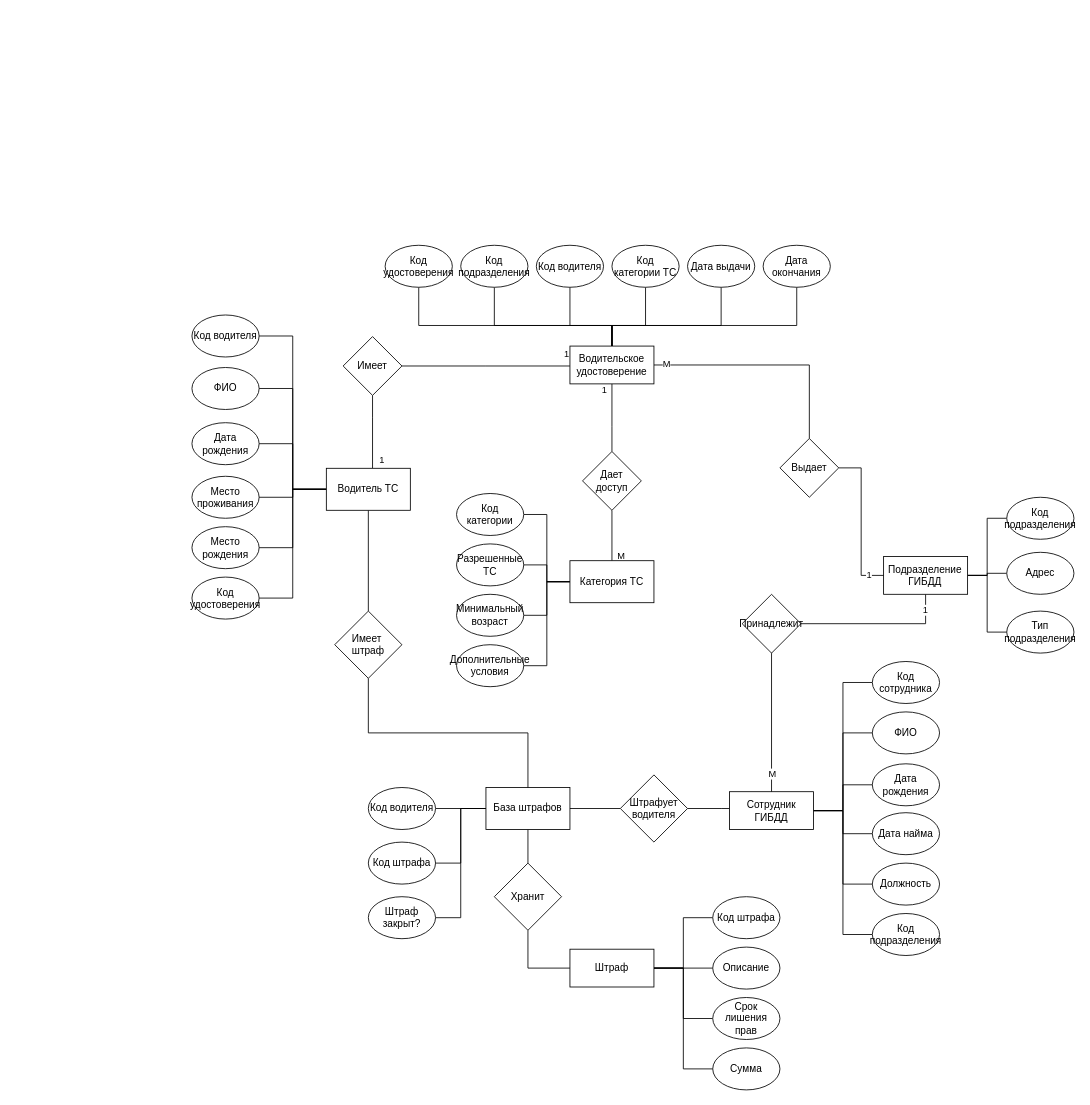
This is RelateModel.drawio from duahifnv/TrafficInspectionApp, a draw.io file, before an edit. Source tidied: cells renumbered, new cells numbered last; positions are measured from the earlier drawing's top-left corner, leaving out a move shared by most shapes. Both pictures are drawn from the tidied source at 84%, with x=0, y=0 at pixel (192, 244).
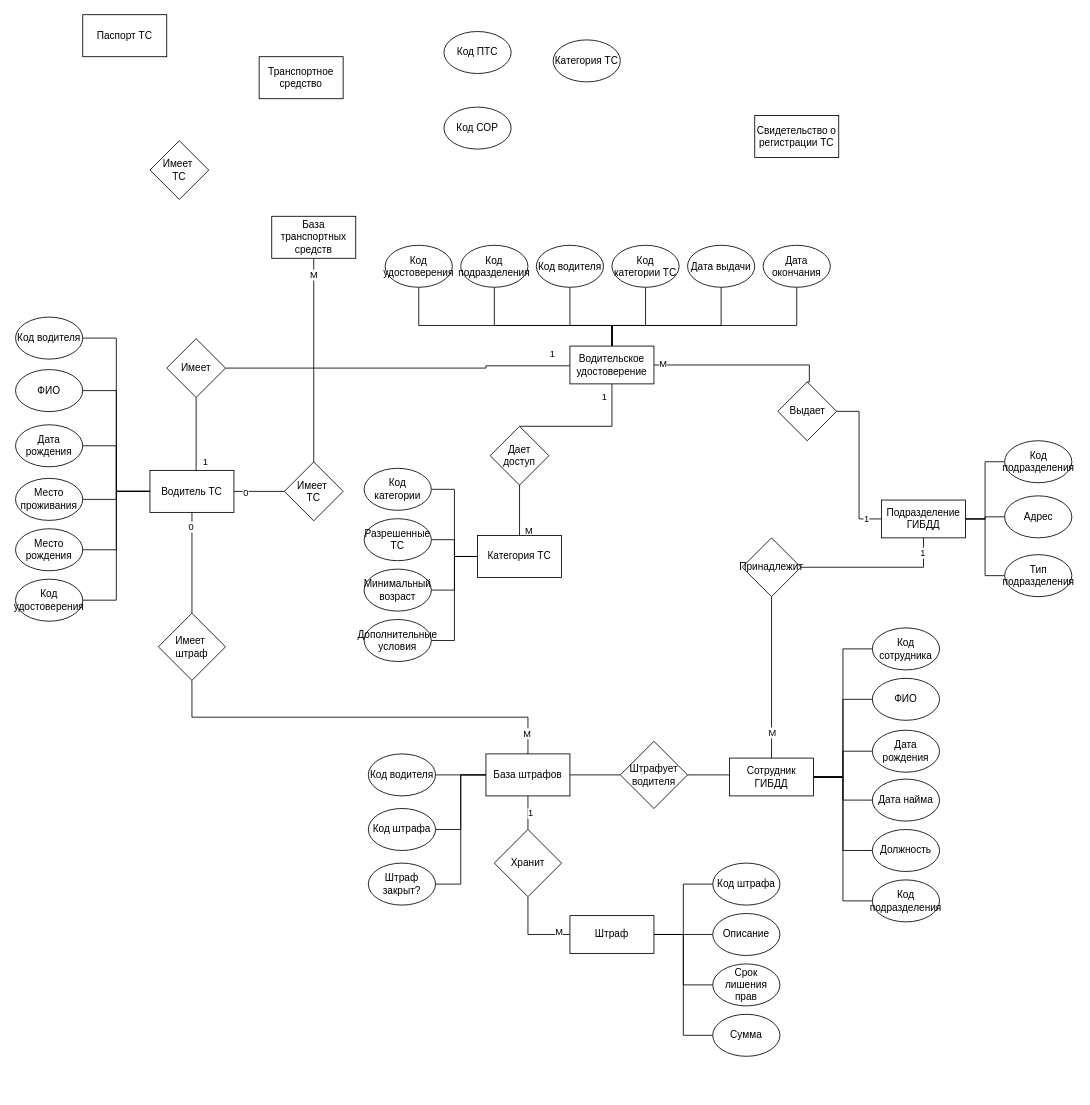
The same diagram, later.

Unchanged cells that the change refers to:
```xml
<mxCell id="29" style="edgeStyle=orthogonalEdgeStyle;rounded=0;jettySize=auto;html=1;endArrow=none;endFill=0;" parent="1" edge="1" source="30" target="97">
  <mxGeometry relative="1" as="geometry" />
</mxCell>
<mxCell id="82" style="edgeStyle=orthogonalEdgeStyle;rounded=0;jettySize=auto;html=1;entryX=0.5;entryY=0;entryDx=0;entryDy=0;endArrow=none;endFill=0;" parent="1" edge="1" source="83" target="101">
  <mxGeometry relative="1" as="geometry" />
</mxCell>
<mxCell id="90" style="edgeStyle=orthogonalEdgeStyle;rounded=0;jettySize=auto;html=1;entryX=0.5;entryY=1;entryDx=0;entryDy=0;endArrow=none;endFill=0;" parent="1" edge="1" source="91" target="101">
  <mxGeometry relative="1" as="geometry" />
</mxCell>
<mxCell id="96" style="edgeStyle=orthogonalEdgeStyle;rounded=0;jettySize=auto;html=1;exitX=0.5;exitY=1;exitDx=0;exitDy=0;entryX=0.5;entryY=0;entryDx=0;entryDy=0;endArrow=none;endFill=0;" parent="1" edge="1" source="97" target="83">
  <mxGeometry relative="1" as="geometry" />
</mxCell>
```

What changed in the source:
```diff
@@
     <mxCell id="15" value="ФИО" style="ellipse;whiteSpace=wrap;html=1;" parent="1" vertex="1">
-      <mxGeometry y="146" width="80" height="50" as="geometry" />
+      <mxGeometry x="-210" y="148.5" width="80" height="50" as="geometry" />
     </mxCell>
     <mxCell id="16" value="Дата рождения" style="ellipse;whiteSpace=wrap;html=1;" parent="1" vertex="1">
-      <mxGeometry y="211.7" width="80" height="50" as="geometry" />
+      <mxGeometry x="-210" y="214.2" width="80" height="50" as="geometry" />
     </mxCell>
@@
     <mxCell id="18" value="Место проживания" style="ellipse;whiteSpace=wrap;html=1;" parent="1" vertex="1">
-      <mxGeometry y="275.5" width="80" height="50" as="geometry" />
+      <mxGeometry x="-210" y="278" width="80" height="50" as="geometry" />
     </mxCell>
     <mxCell id="19" value="Место рождения" style="ellipse;whiteSpace=wrap;html=1;" parent="1" vertex="1">
-      <mxGeometry y="335.5" width="80" height="50" as="geometry" />
+      <mxGeometry x="-210" y="338" width="80" height="50" as="geometry" />
     </mxCell>
@@
     <mxCell id="21" style="edgeStyle=orthogonalEdgeStyle;rounded=0;jettySize=auto;html=1;entryX=0.5;entryY=1;entryDx=0;entryDy=0;endArrow=none;endFill=0;" parent="1" edge="1" source="30" target="32">
       <mxGeometry relative="1" as="geometry">
         <Array as="points">
-          <mxPoint x="215" y="206" />
-          <mxPoint x="215" y="206" />
+          <mxPoint x="5" y="208.5" />
+          <mxPoint x="5" y="208.5" />
         </Array>
       </mxGeometry>
     </mxCell>
@@
+    <mxCell id="102" value="0" style="edgeLabel;html=1;align=center;verticalAlign=middle;" parent="29" vertex="1">
+      <mxGeometry x="-0.71" y="-2" relative="1" as="geometry" />
+    </mxCell>
+    <mxCell id="103" style="edgeStyle=orthogonalEdgeStyle;rounded=0;jettySize=auto;html=1;entryX=0;entryY=0.5;entryDx=0;entryDy=0;endArrow=none;endFill=0;" parent="1" edge="1" source="30" target="116">
+      <mxGeometry relative="1" as="geometry" />
+    </mxCell>
+    <mxCell id="104" value="0" style="edgeLabel;html=1;align=center;verticalAlign=middle;" parent="103" vertex="1">
+      <mxGeometry x="-0.58" y="-1" relative="1" as="geometry" />
+    </mxCell>
     <mxCell id="30" value="Водитель ТС" style="rounded=0;whiteSpace=wrap;html=1;" parent="1" vertex="1">
-      <mxGeometry x="160" y="266" width="100" height="50" as="geometry" />
+      <mxGeometry x="-50" y="268.5" width="100" height="50" as="geometry" />
     </mxCell>
     <mxCell id="31" value="Код водителя" style="ellipse;whiteSpace=wrap;html=1;" parent="1" vertex="1">
-      <mxGeometry y="83.5" width="80" height="50" as="geometry" />
+      <mxGeometry x="-210" y="86" width="80" height="50" as="geometry" />
     </mxCell>
     <mxCell id="32" value="Имеет" style="rhombus;whiteSpace=wrap;html=1;" parent="1" vertex="1">
-      <mxGeometry x="180" y="109.2" width="70" height="70" as="geometry" />
+      <mxGeometry x="-30" y="111.7" width="70" height="70" as="geometry" />
     </mxCell>
@@
     <mxCell id="38" value="Дает&lt;div&gt;доступ&lt;/div&gt;" style="rhombus;whiteSpace=wrap;html=1;" parent="1" vertex="1">
-      <mxGeometry x="465" y="246" width="70" height="70" as="geometry" />
+      <mxGeometry x="355" y="216" width="70" height="70" as="geometry" />
     </mxCell>
@@
     <mxCell id="43" value="Категория ТС" style="rounded=0;whiteSpace=wrap;html=1;" parent="1" vertex="1">
-      <mxGeometry x="450" y="376" width="100" height="50" as="geometry" />
+      <mxGeometry x="340" y="346" width="100" height="50" as="geometry" />
     </mxCell>
     <mxCell id="44" value="Код категории" style="ellipse;whiteSpace=wrap;html=1;" parent="1" vertex="1">
-      <mxGeometry x="315" y="296" width="80" height="50" as="geometry" />
+      <mxGeometry x="205" y="266" width="80" height="50" as="geometry" />
     </mxCell>
     <mxCell id="45" value="Разрешенные ТС" style="ellipse;whiteSpace=wrap;html=1;" parent="1" vertex="1">
-      <mxGeometry x="315" y="356" width="80" height="50" as="geometry" />
+      <mxGeometry x="205" y="326" width="80" height="50" as="geometry" />
     </mxCell>
     <mxCell id="46" value="Минимальный возраст" style="ellipse;whiteSpace=wrap;html=1;" parent="1" vertex="1">
-      <mxGeometry x="315" y="416" width="80" height="50" as="geometry" />
+      <mxGeometry x="205" y="386" width="80" height="50" as="geometry" />
     </mxCell>
     <mxCell id="47" value="Дополнительные условия" style="ellipse;whiteSpace=wrap;html=1;" parent="1" vertex="1">
-      <mxGeometry x="315" y="476" width="80" height="50" as="geometry" />
+      <mxGeometry x="205" y="446" width="80" height="50" as="geometry" />
     </mxCell>
     <mxCell id="48" style="edgeStyle=orthogonalEdgeStyle;rounded=0;jettySize=auto;html=1;entryX=1;entryY=0.5;entryDx=0;entryDy=0;endArrow=none;endFill=0;" parent="1" edge="1" source="53" target="70">
       <mxGeometry relative="1" as="geometry">
         <Array as="points">
-          <mxPoint x="873" y="451" />
+          <mxPoint x="870.5" y="383.8" />
         </Array>
       </mxGeometry>
     </mxCell>
@@
     <mxCell id="53" value="Подразделение ГИБДД" style="rounded=0;whiteSpace=wrap;html=1;" parent="1" vertex="1">
-      <mxGeometry x="823.4" y="371" width="100" height="45" as="geometry" />
+      <mxGeometry x="820.9" y="303.8" width="100" height="45" as="geometry" />
     </mxCell>
@@
     <mxCell id="56" value="Выдает" style="rhombus;whiteSpace=wrap;html=1;" parent="1" vertex="1">
-      <mxGeometry x="700" y="230.5" width="70" height="70" as="geometry" />
+      <mxGeometry x="697.5" y="163.2" width="70" height="70" as="geometry" />
     </mxCell>
     <mxCell id="57" value="Код подразделения" style="ellipse;whiteSpace=wrap;html=1;" parent="1" vertex="1">
-      <mxGeometry x="970" y="300.5" width="80" height="50" as="geometry" />
+      <mxGeometry x="967.5" y="233.2" width="80" height="50" as="geometry" />
     </mxCell>
     <mxCell id="58" value="Адрес" style="ellipse;whiteSpace=wrap;html=1;" parent="1" vertex="1">
-      <mxGeometry x="970" y="366" width="80" height="50" as="geometry" />
+      <mxGeometry x="967.5" y="298.8" width="80" height="50" as="geometry" />
     </mxCell>
     <mxCell id="59" value="Тип подразделения" style="ellipse;whiteSpace=wrap;html=1;" parent="1" vertex="1">
-      <mxGeometry x="970" y="436" width="80" height="50" as="geometry" />
+      <mxGeometry x="967.5" y="368.8" width="80" height="50" as="geometry" />
     </mxCell>
@@
     <mxCell id="66" style="edgeStyle=orthogonalEdgeStyle;rounded=0;jettySize=auto;html=1;entryX=1;entryY=0.5;entryDx=0;entryDy=0;endArrow=none;endFill=0;" parent="1" edge="1" source="67" target="99">
       <mxGeometry relative="1" as="geometry">
         <Array as="points">
-          <mxPoint x="630" y="671" />
-          <mxPoint x="630" y="671" />
+          <mxPoint x="630" y="631" />
+          <mxPoint x="630" y="631" />
         </Array>
       </mxGeometry>
     </mxCell>
     <mxCell id="67" value="Сотрудник ГИБДД" style="rounded=0;whiteSpace=wrap;html=1;" parent="1" vertex="1">
-      <mxGeometry x="640" y="651" width="100" height="45" as="geometry" />
+      <mxGeometry x="640" y="611" width="100" height="45" as="geometry" />
     </mxCell>
-    <mxCell id="68" style="edgeStyle=orthogonalEdgeStyle;rounded=0;jettySize=auto;html=1;entryX=0.5;entryY=0;entryDx=0;entryDy=0;endArrow=none;endFill=0;" parent="1" edge="1" source="70" target="67">
+    <mxCell id="68" style="edgeStyle=orthogonalEdgeStyle;rounded=0;jettySize=auto;html=1;entryX=0.5;entryY=0;entryDx=0;entryDy=0;endArrow=none;endFill=0;exitX=0.5;exitY=1;exitDx=0;exitDy=0;" parent="1" edge="1" source="70" target="67">
       <mxGeometry relative="1" as="geometry" />
     </mxCell>
@@
     <mxCell id="70" value="Принадлежит" style="rhombus;whiteSpace=wrap;html=1;" parent="1" vertex="1">
-      <mxGeometry x="655" y="416" width="70" height="70" as="geometry" />
+      <mxGeometry x="655" y="348.8" width="70" height="70" as="geometry" />
     </mxCell>
     <mxCell id="71" value="ФИО" style="ellipse;whiteSpace=wrap;html=1;" parent="1" vertex="1">
-      <mxGeometry x="810" y="556" width="80" height="50" as="geometry" />
+      <mxGeometry x="810" y="516" width="80" height="50" as="geometry" />
     </mxCell>
     <mxCell id="72" value="Должность" style="ellipse;whiteSpace=wrap;html=1;" parent="1" vertex="1">
-      <mxGeometry x="810" y="736" width="80" height="50" as="geometry" />
+      <mxGeometry x="810" y="696" width="80" height="50" as="geometry" />
     </mxCell>
     <mxCell id="73" value="Дата найма" style="ellipse;whiteSpace=wrap;html=1;" parent="1" vertex="1">
-      <mxGeometry x="810" y="676" width="80" height="50" as="geometry" />
+      <mxGeometry x="810" y="636" width="80" height="50" as="geometry" />
     </mxCell>
     <mxCell id="74" value="Код подразделения" style="ellipse;whiteSpace=wrap;html=1;" parent="1" vertex="1">
-      <mxGeometry x="810" y="796" width="80" height="50" as="geometry" />
+      <mxGeometry x="810" y="756" width="80" height="50" as="geometry" />
     </mxCell>
     <mxCell id="75" value="Дата рождения" style="ellipse;whiteSpace=wrap;html=1;" parent="1" vertex="1">
-      <mxGeometry x="810" y="617.8" width="80" height="50" as="geometry" />
+      <mxGeometry x="810" y="577.8" width="80" height="50" as="geometry" />
     </mxCell>
@@
     <mxCell id="77" value="Код удостоверения" style="ellipse;whiteSpace=wrap;html=1;" parent="1" vertex="1">
-      <mxGeometry y="395.5" width="80" height="50" as="geometry" />
+      <mxGeometry x="-210" y="398" width="80" height="50" as="geometry" />
     </mxCell>
     <mxCell id="78" value="Код сотрудника" style="ellipse;whiteSpace=wrap;html=1;" parent="1" vertex="1">
-      <mxGeometry x="810" y="496" width="80" height="50" as="geometry" />
+      <mxGeometry x="810" y="456" width="80" height="50" as="geometry" />
     </mxCell>
@@
+    <mxCell id="105" value="1" style="edgeLabel;html=1;align=center;verticalAlign=middle;" parent="82" vertex="1">
+      <mxGeometry x="-0.01" y="2" relative="1" as="geometry" />
+    </mxCell>
     <mxCell id="83" value="База штрафов" style="rounded=0;whiteSpace=wrap;html=1;" parent="1" vertex="1">
-      <mxGeometry x="350" y="646" width="100" height="50" as="geometry" />
+      <mxGeometry x="350" y="606" width="100" height="50" as="geometry" />
     </mxCell>
     <mxCell id="84" value="Код водителя" style="ellipse;whiteSpace=wrap;html=1;" parent="1" vertex="1">
-      <mxGeometry x="210" y="646" width="80" height="50" as="geometry" />
+      <mxGeometry x="210" y="606" width="80" height="50" as="geometry" />
     </mxCell>
     <mxCell id="85" value="Код штрафа" style="ellipse;whiteSpace=wrap;html=1;" parent="1" vertex="1">
-      <mxGeometry x="210" y="711" width="80" height="50" as="geometry" />
+      <mxGeometry x="210" y="671" width="80" height="50" as="geometry" />
     </mxCell>
@@
+    <mxCell id="106" value="M" style="edgeLabel;html=1;align=center;verticalAlign=middle;" parent="90" vertex="1">
+      <mxGeometry x="-0.7" y="-4" relative="1" as="geometry" />
+    </mxCell>
     <mxCell id="91" value="Штраф" style="rounded=0;whiteSpace=wrap;html=1;" parent="1" vertex="1">
-      <mxGeometry x="450" y="838.5" width="100" height="45" as="geometry" />
+      <mxGeometry x="450" y="798.5" width="100" height="45" as="geometry" />
     </mxCell>
     <mxCell id="92" value="Код штрафа" style="ellipse;whiteSpace=wrap;html=1;" parent="1" vertex="1">
-      <mxGeometry x="620" y="776" width="80" height="50" as="geometry" />
+      <mxGeometry x="620" y="736" width="80" height="50" as="geometry" />
     </mxCell>
     <mxCell id="93" value="Сумма" style="ellipse;whiteSpace=wrap;html=1;" parent="1" vertex="1">
-      <mxGeometry x="620" y="956" width="80" height="50" as="geometry" />
+      <mxGeometry x="620" y="916" width="80" height="50" as="geometry" />
     </mxCell>
     <mxCell id="94" value="Срок лишения прав" style="ellipse;whiteSpace=wrap;html=1;" parent="1" vertex="1">
-      <mxGeometry x="620" y="896" width="80" height="50" as="geometry" />
+      <mxGeometry x="620" y="856" width="80" height="50" as="geometry" />
     </mxCell>
     <mxCell id="95" value="Описание" style="ellipse;whiteSpace=wrap;html=1;" parent="1" vertex="1">
-      <mxGeometry x="620" y="836" width="80" height="50" as="geometry" />
+      <mxGeometry x="620" y="796" width="80" height="50" as="geometry" />
     </mxCell>
@@
+    <mxCell id="107" value="M" style="edgeLabel;html=1;align=center;verticalAlign=middle;" parent="96" vertex="1">
+      <mxGeometry x="0.9" y="-2" relative="1" as="geometry" />
+    </mxCell>
     <mxCell id="97" value="Имеет&amp;nbsp;&lt;div&gt;штраф&lt;/div&gt;" style="rhombus;whiteSpace=wrap;html=1;" parent="1" vertex="1">
-      <mxGeometry x="170" y="436" width="80" height="80" as="geometry" />
+      <mxGeometry x="-40" y="438.5" width="80" height="80" as="geometry" />
     </mxCell>
@@
     <mxCell id="99" value="Штрафует водителя" style="rhombus;whiteSpace=wrap;html=1;" parent="1" vertex="1">
-      <mxGeometry x="510" y="631" width="80" height="80" as="geometry" />
+      <mxGeometry x="510" y="591" width="80" height="80" as="geometry" />
     </mxCell>
     <mxCell id="100" value="Штраф закрыт?" style="ellipse;whiteSpace=wrap;html=1;" parent="1" vertex="1">
-      <mxGeometry x="210" y="776" width="80" height="50" as="geometry" />
+      <mxGeometry x="210" y="736" width="80" height="50" as="geometry" />
     </mxCell>
     <mxCell id="101" value="Хранит" style="rhombus;whiteSpace=wrap;html=1;" parent="1" vertex="1">
-      <mxGeometry x="360" y="736" width="80" height="80" as="geometry" />
+      <mxGeometry x="360" y="696" width="80" height="80" as="geometry" />
     </mxCell>
+    <mxCell id="108" value="Паспорт ТС" style="rounded=0;whiteSpace=wrap;html=1;" parent="1" vertex="1">
+      <mxGeometry x="-130" y="-274" width="100" height="50" as="geometry" />
+    </mxCell>
+    <mxCell id="109" value="Транспортное средство" style="rounded=0;whiteSpace=wrap;html=1;" parent="1" vertex="1">
+      <mxGeometry x="80" y="-224" width="100" height="50" as="geometry" />
+    </mxCell>
+    <mxCell id="110" value="Свидетельство о регистрации ТС" style="rounded=0;whiteSpace=wrap;html=1;" parent="1" vertex="1">
+      <mxGeometry x="670" y="-154" width="100" height="50" as="geometry" />
+    </mxCell>
+    <mxCell id="111" value="Код СОР" style="ellipse;whiteSpace=wrap;html=1;" parent="1" vertex="1">
+      <mxGeometry x="300" y="-164" width="80" height="50" as="geometry" />
+    </mxCell>
+    <mxCell id="112" value="Код ПТС" style="ellipse;whiteSpace=wrap;html=1;" parent="1" vertex="1">
+      <mxGeometry x="300" y="-254" width="80" height="50" as="geometry" />
+    </mxCell>
+    <mxCell id="113" value="Категория ТС" style="ellipse;whiteSpace=wrap;html=1;" parent="1" vertex="1">
+      <mxGeometry x="430" y="-244" width="80" height="50" as="geometry" />
+    </mxCell>
+    <mxCell id="114" style="edgeStyle=orthogonalEdgeStyle;rounded=0;jettySize=auto;html=1;entryX=0.5;entryY=1;entryDx=0;entryDy=0;endArrow=none;endFill=0;" parent="1" edge="1" source="116" target="117">
+      <mxGeometry relative="1" as="geometry" />
+    </mxCell>
+    <mxCell id="115" value="M" style="edgeLabel;html=1;align=center;verticalAlign=middle;" parent="114" vertex="1">
+      <mxGeometry x="0.84" y="1" relative="1" as="geometry" />
+    </mxCell>
+    <mxCell id="116" value="Имеет&amp;nbsp;&lt;div&gt;ТС&lt;/div&gt;" style="rhombus;whiteSpace=wrap;html=1;" parent="1" vertex="1">
+      <mxGeometry x="110" y="258.5" width="70" height="70" as="geometry" />
+    </mxCell>
+    <mxCell id="117" value="База транспортных средств" style="rounded=0;whiteSpace=wrap;html=1;" parent="1" vertex="1">
+      <mxGeometry x="95" y="-34" width="100" height="50" as="geometry" />
+    </mxCell>
+    <mxCell id="118" value="Имеет&amp;nbsp;&lt;div&gt;ТС&lt;/div&gt;" style="rhombus;whiteSpace=wrap;html=1;" parent="1" vertex="1">
+      <mxGeometry x="-50" y="-124" width="70" height="70" as="geometry" />
+    </mxCell>
```
